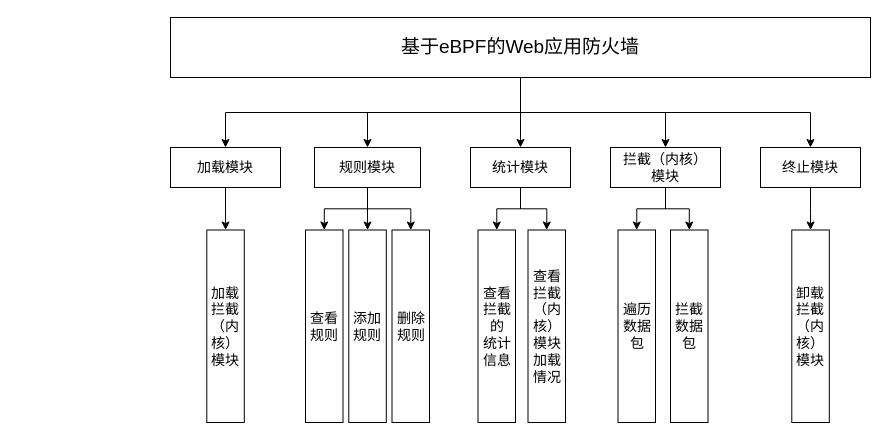
Before: 未命名绘图.drawio in zqc-hhg/img, a draw.io diagram. Source tidied: cells renumbered, new cells numbered last; positions are measured from the earlier drawing's top-left corner, leaving out a move shared by most shapes. Both pictures are drawn from the tidied source at 100%, with x=0, y=0 at pixel (129, 17).
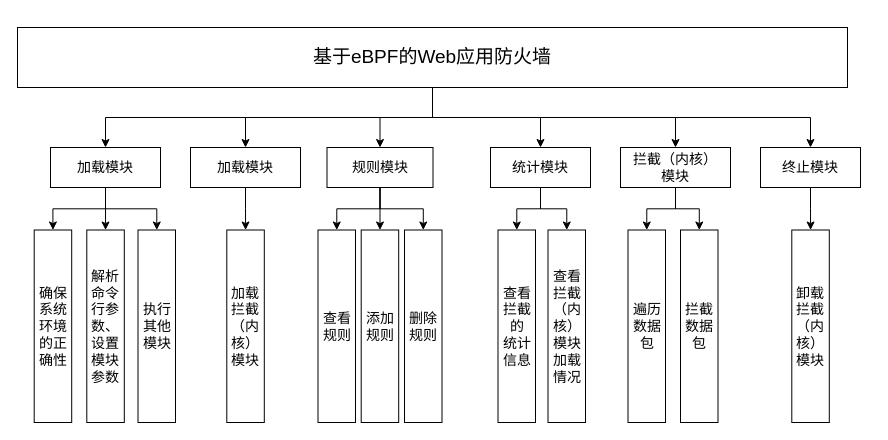
The same page after the edit.

Change to the diagram source:
```diff
@@
+    <mxCell id="31" style="edgeStyle=orthogonalEdgeStyle;rounded=0;jettySize=auto;html=1;exitX=0.5;exitY=1;exitDx=0;exitDy=0;entryX=0.5;entryY=0;entryDx=0;entryDy=0;" parent="1" edge="1" source="7" target="35">
+      <mxGeometry relative="1" as="geometry" />
+    </mxCell>
     <mxCell id="7" value="基于eBPF的Web应用防火墙" style="rounded=0;whiteSpace=wrap;html=1;fontSize=19;" parent="1" vertex="1">
-      <mxGeometry x="41" width="700" height="60" as="geometry" />
+      <mxGeometry x="-112" y="10" width="830" height="60" as="geometry" />
     </mxCell>
@@
     <mxCell id="9" value="加载模块" style="rounded=0;whiteSpace=wrap;html=1;fontSize=14;" parent="1" vertex="1">
-      <mxGeometry x="41" y="130" width="110" height="40" as="geometry" />
+      <mxGeometry x="61" y="130" width="110" height="40" as="geometry" />
     </mxCell>
@@
     <mxCell id="13" value="规则模块" style="rounded=0;whiteSpace=wrap;html=1;fontSize=14;" parent="1" vertex="1">
-      <mxGeometry x="185" y="130" width="106" height="40" as="geometry" />
+      <mxGeometry x="197.5" y="130" width="106" height="40" as="geometry" />
     </mxCell>
@@
     <mxCell id="16" value="统计模块" style="rounded=0;whiteSpace=wrap;html=1;fontSize=14;" parent="1" vertex="1">
-      <mxGeometry x="341" y="130" width="100" height="40" as="geometry" />
+      <mxGeometry x="361" y="130" width="100" height="40" as="geometry" />
     </mxCell>
@@
     <mxCell id="19" value="拦截（内核）&lt;br&gt;模块" style="rounded=0;whiteSpace=wrap;html=1;fontSize=14;" parent="1" vertex="1">
-      <mxGeometry x="481" y="130" width="110" height="40" as="geometry" />
+      <mxGeometry x="491" y="130" width="110" height="40" as="geometry" />
     </mxCell>
@@
     <mxCell id="22" value="加载&lt;br style=&quot;font-size: 14px;&quot;&gt;拦截&lt;br style=&quot;font-size: 14px;&quot;&gt;（内核）&lt;br style=&quot;font-size: 14px;&quot;&gt;模块" style="rounded=0;whiteSpace=wrap;html=1;rotation=90;horizontal=0;fontSize=14;" parent="1" vertex="1">
-      <mxGeometry x="-0.2" y="290" width="192.5" height="37.5" as="geometry" />
+      <mxGeometry x="19.8" y="290" width="192.5" height="37.5" as="geometry" />
     </mxCell>
     <mxCell id="23" value="查看&lt;br style=&quot;font-size: 14px;&quot;&gt;规则" style="rounded=0;whiteSpace=wrap;html=1;rotation=90;horizontal=0;fontSize=14;" parent="1" vertex="1">
-      <mxGeometry x="98.5" y="290" width="192.5" height="37.5" as="geometry" />
+      <mxGeometry x="111" y="290" width="192.5" height="37.5" as="geometry" />
     </mxCell>
     <mxCell id="24" value="添加&lt;br style=&quot;font-size: 14px;&quot;&gt;规则" style="rounded=0;whiteSpace=wrap;html=1;rotation=90;horizontal=0;fontSize=14;" parent="1" vertex="1">
-      <mxGeometry x="141.8" y="290" width="192.5" height="37.5" as="geometry" />
+      <mxGeometry x="154.2" y="290" width="192.5" height="37.5" as="geometry" />
     </mxCell>
     <mxCell id="25" value="删除&lt;br style=&quot;font-size: 14px;&quot;&gt;规则" style="rounded=0;whiteSpace=wrap;html=1;rotation=90;horizontal=0;fontSize=14;" parent="1" vertex="1">
-      <mxGeometry x="185" y="290" width="192.5" height="37.5" as="geometry" />
+      <mxGeometry x="197.5" y="290" width="192.5" height="37.5" as="geometry" />
     </mxCell>
     <mxCell id="26" value="查看&lt;br style=&quot;font-size: 14px;&quot;&gt;拦截&lt;br style=&quot;font-size: 14px;&quot;&gt;的&lt;br style=&quot;font-size: 14px;&quot;&gt;统计&lt;br style=&quot;font-size: 14px;&quot;&gt;信息" style="rounded=0;whiteSpace=wrap;html=1;rotation=90;horizontal=0;fontSize=14;" parent="1" vertex="1">
-      <mxGeometry x="271" y="290" width="192.5" height="37.5" as="geometry" />
+      <mxGeometry x="291" y="290" width="192.5" height="37.5" as="geometry" />
     </mxCell>
     <mxCell id="27" value="查看&lt;br style=&quot;font-size: 14px;&quot;&gt;拦截&lt;br style=&quot;font-size: 14px;&quot;&gt;（内核）&lt;br style=&quot;font-size: 14px;&quot;&gt;模块&lt;br style=&quot;font-size: 14px;&quot;&gt;加载&lt;br style=&quot;font-size: 14px;&quot;&gt;情况" style="rounded=0;whiteSpace=wrap;html=1;rotation=90;horizontal=0;fontSize=14;" parent="1" vertex="1">
-      <mxGeometry x="321" y="290" width="192.5" height="37.5" as="geometry" />
+      <mxGeometry x="341" y="290" width="192.5" height="37.5" as="geometry" />
     </mxCell>
     <mxCell id="28" value="遍历&lt;br style=&quot;font-size: 14px;&quot;&gt;数据包" style="rounded=0;whiteSpace=wrap;html=1;rotation=90;horizontal=0;fontSize=14;" parent="1" vertex="1">
-      <mxGeometry x="411" y="290" width="192.5" height="37.5" as="geometry" />
+      <mxGeometry x="421" y="290" width="192.5" height="37.5" as="geometry" />
     </mxCell>
     <mxCell id="29" value="拦截&lt;br style=&quot;font-size: 14px;&quot;&gt;数据包" style="rounded=0;whiteSpace=wrap;html=1;rotation=90;horizontal=0;fontSize=14;" parent="1" vertex="1">
-      <mxGeometry x="463.5" y="290" width="192.5" height="37.5" as="geometry" />
+      <mxGeometry x="473.5" y="290" width="192.5" height="37.5" as="geometry" />
     </mxCell>
@@
+    <mxCell id="32" style="edgeStyle=orthogonalEdgeStyle;rounded=0;jettySize=auto;html=1;" parent="1" edge="1" source="35" target="38">
+      <mxGeometry relative="1" as="geometry" />
+    </mxCell>
+    <mxCell id="33" style="edgeStyle=orthogonalEdgeStyle;rounded=0;jettySize=auto;html=1;exitX=0.5;exitY=1;exitDx=0;exitDy=0;entryX=0;entryY=0.5;entryDx=0;entryDy=0;" parent="1" edge="1" source="35" target="36">
+      <mxGeometry relative="1" as="geometry" />
+    </mxCell>
+    <mxCell id="34" style="edgeStyle=orthogonalEdgeStyle;rounded=0;jettySize=auto;html=1;exitX=0.5;exitY=1;exitDx=0;exitDy=0;entryX=0;entryY=0.5;entryDx=0;entryDy=0;" parent="1" edge="1" source="35" target="37">
+      <mxGeometry relative="1" as="geometry" />
+    </mxCell>
+    <mxCell id="35" value="加载模块" style="rounded=0;whiteSpace=wrap;html=1;fontSize=14;" parent="1" vertex="1">
+      <mxGeometry x="-79" y="130" width="110" height="40" as="geometry" />
+    </mxCell>
+    <mxCell id="36" value="确保系统环境的正确性" style="rounded=0;whiteSpace=wrap;html=1;rotation=90;horizontal=0;fontSize=14;" parent="1" vertex="1">
+      <mxGeometry x="-172.8" y="290" width="192.5" height="37.5" as="geometry" />
+    </mxCell>
+    <mxCell id="37" value="解析命令行参数、&lt;br&gt;设置模块参数" style="rounded=0;whiteSpace=wrap;html=1;rotation=90;horizontal=0;fontSize=14;" parent="1" vertex="1">
+      <mxGeometry x="-120.2" y="290" width="192.5" height="37.5" as="geometry" />
+    </mxCell>
+    <mxCell id="38" value="执行其他模块" style="rounded=0;whiteSpace=wrap;html=1;rotation=90;horizontal=0;fontSize=14;" parent="1" vertex="1">
+      <mxGeometry x="-69" y="290" width="192.5" height="37.5" as="geometry" />
+    </mxCell>
```
